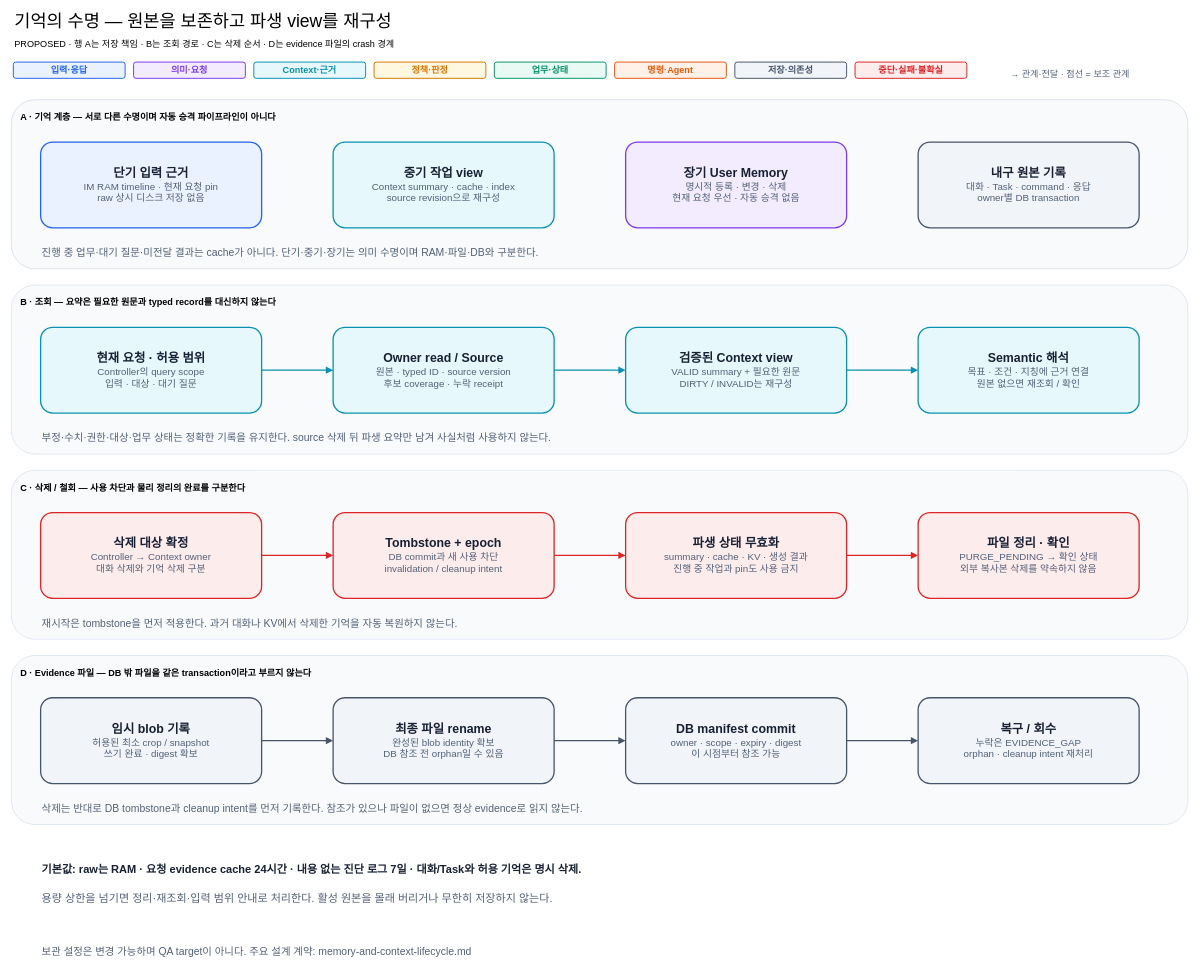
cbyche/via-sw-architecture keeps this draw.io diagram as docs/architecture/12-decisions/target-architecture/diagrams/13-memory-lifecycle.drawio. Above is the earlier version. Source tidied: cells renumbered, new cells numbered last; positions are measured from the earlier drawing's top-left corner, leaving out a move shared by most shapes. Both pictures are drawn from the tidied source at 65%, with x=0, y=0 at pixel (11, 12).
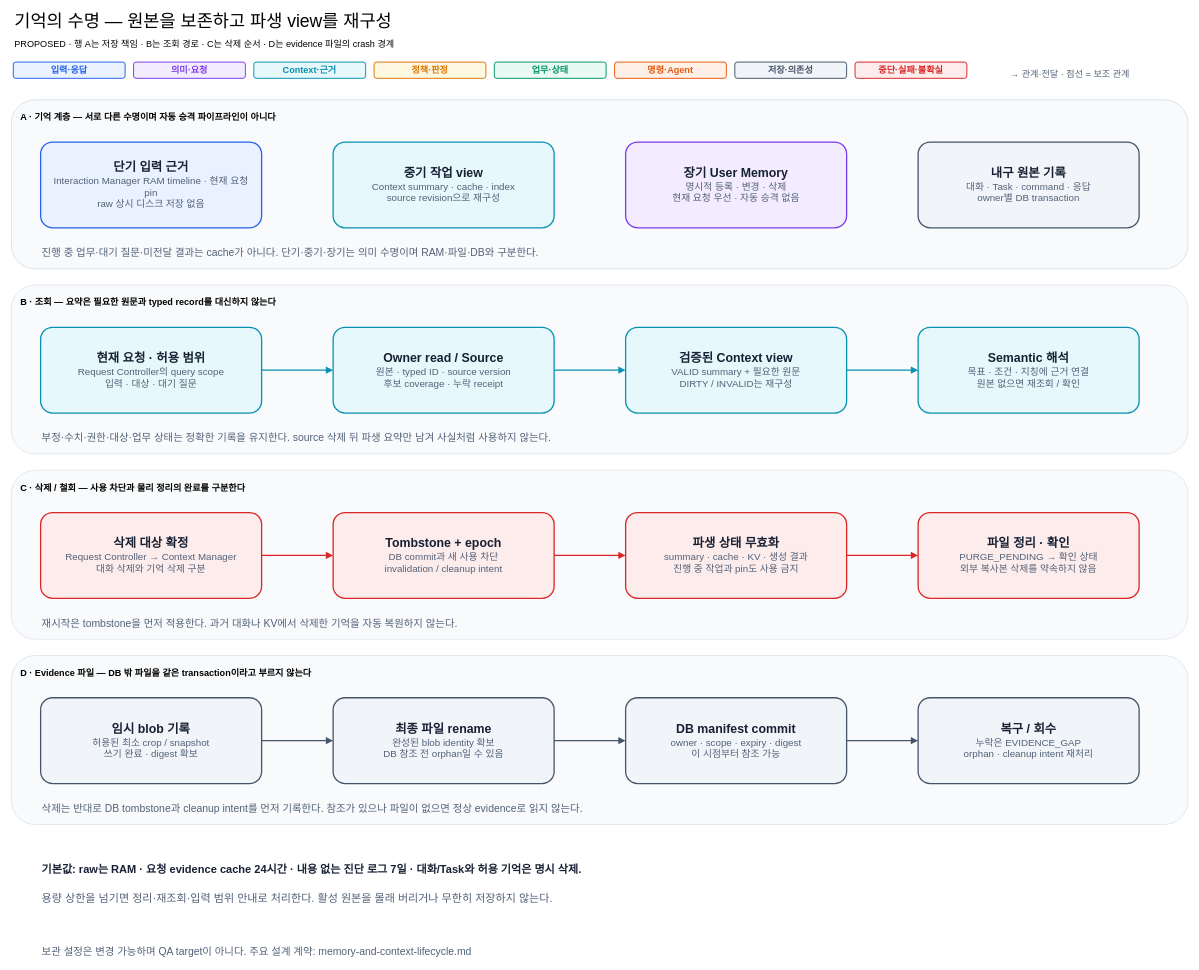
Above is the later version.

Diff of the diagram source:
```diff
@@
-    <mxCell id="6" value="&lt;div style='font-size:19px;font-weight:bold'&gt;단기 입력 근거&lt;/div&gt;&lt;div style='font-size:15px;color:#526178'&gt;IM RAM timeline · 현재 요청 pin&lt;/div&gt;&lt;div style='font-size:15px;color:#526178'&gt;raw 상시 디스크 저장 없음&lt;/div&gt;" style="shape=rectangle;rounded=1;whiteSpace=wrap;html=1;fillColor=#EAF2FF;strokeColor=#2563EB;strokeWidth=2;fontColor=#172033;dashed=0;arcSize=14;spacing=10;" parent="1" vertex="1">
+    <mxCell id="6" value="&lt;div style='font-size:19px;font-weight:bold'&gt;단기 입력 근거&lt;/div&gt;&lt;div style='font-size:15px;color:#526178'&gt;Interaction Manager RAM timeline · 현재 요청 pin&lt;/div&gt;&lt;div style='font-size:15px;color:#526178'&gt;raw 상시 디스크 저장 없음&lt;/div&gt;" style="shape=rectangle;rounded=1;whiteSpace=wrap;html=1;fillColor=#EAF2FF;strokeColor=#2563EB;strokeWidth=2;fontColor=#172033;dashed=0;arcSize=14;spacing=10;" parent="1" vertex="1">
       <mxGeometry x="45" y="200" width="340" height="132" as="geometry" />
     </mxCell>
@@
-    <mxCell id="10" value="&lt;div style='font-size:19px;font-weight:bold'&gt;현재 요청 · 허용 범위&lt;/div&gt;&lt;div style='font-size:15px;color:#526178'&gt;Controller의 query scope&lt;/div&gt;&lt;div style='font-size:15px;color:#526178'&gt;입력 · 대상 · 대기 질문&lt;/div&gt;" style="shape=rectangle;rounded=1;whiteSpace=wrap;html=1;fillColor=#E6F8FB;strokeColor=#0891B2;strokeWidth=2;fontColor=#172033;dashed=0;arcSize=14;spacing=10;" parent="1" vertex="1">
+    <mxCell id="10" value="&lt;div style='font-size:19px;font-weight:bold'&gt;현재 요청 · 허용 범위&lt;/div&gt;&lt;div style='font-size:15px;color:#526178'&gt;Request Controller의 query scope&lt;/div&gt;&lt;div style='font-size:15px;color:#526178'&gt;입력 · 대상 · 대기 질문&lt;/div&gt;" style="shape=rectangle;rounded=1;whiteSpace=wrap;html=1;fillColor=#E6F8FB;strokeColor=#0891B2;strokeWidth=2;fontColor=#172033;dashed=0;arcSize=14;spacing=10;" parent="1" vertex="1">
       <mxGeometry x="45" y="485" width="340" height="132" as="geometry" />
     </mxCell>
@@
-    <mxCell id="14" value="&lt;div style='font-size:19px;font-weight:bold'&gt;삭제 대상 확정&lt;/div&gt;&lt;div style='font-size:15px;color:#526178'&gt;Controller → Context owner&lt;/div&gt;&lt;div style='font-size:15px;color:#526178'&gt;대화 삭제와 기억 삭제 구분&lt;/div&gt;" style="shape=rectangle;rounded=1;whiteSpace=wrap;html=1;fillColor=#FDECEC;strokeColor=#DC2626;strokeWidth=2;fontColor=#172033;dashed=0;arcSize=14;spacing=10;" parent="1" vertex="1">
+    <mxCell id="14" value="&lt;div style='font-size:19px;font-weight:bold'&gt;삭제 대상 확정&lt;/div&gt;&lt;div style='font-size:15px;color:#526178'&gt;Request Controller → Context Manager&lt;/div&gt;&lt;div style='font-size:15px;color:#526178'&gt;대화 삭제와 기억 삭제 구분&lt;/div&gt;" style="shape=rectangle;rounded=1;whiteSpace=wrap;html=1;fillColor=#FDECEC;strokeColor=#DC2626;strokeWidth=2;fontColor=#172033;dashed=0;arcSize=14;spacing=10;" parent="1" vertex="1">
       <mxGeometry x="45" y="770" width="340" height="132" as="geometry" />
     </mxCell>
```
